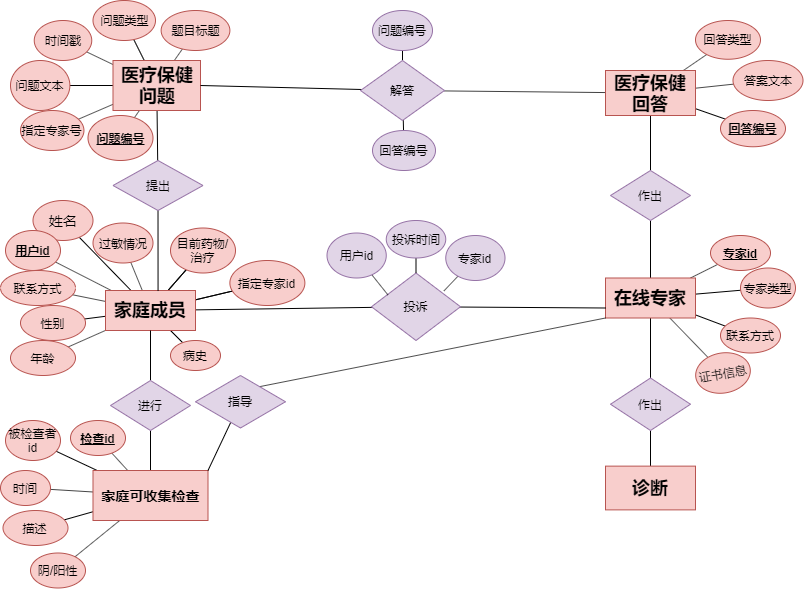
Above: Untitled Diagram.png in little-minjie/z (draw.io), before the change. Source tidied: cells renumbered, new cells last; positions are measured from the earlier drawing's top-left corner, leaving out a move shared by most shapes.
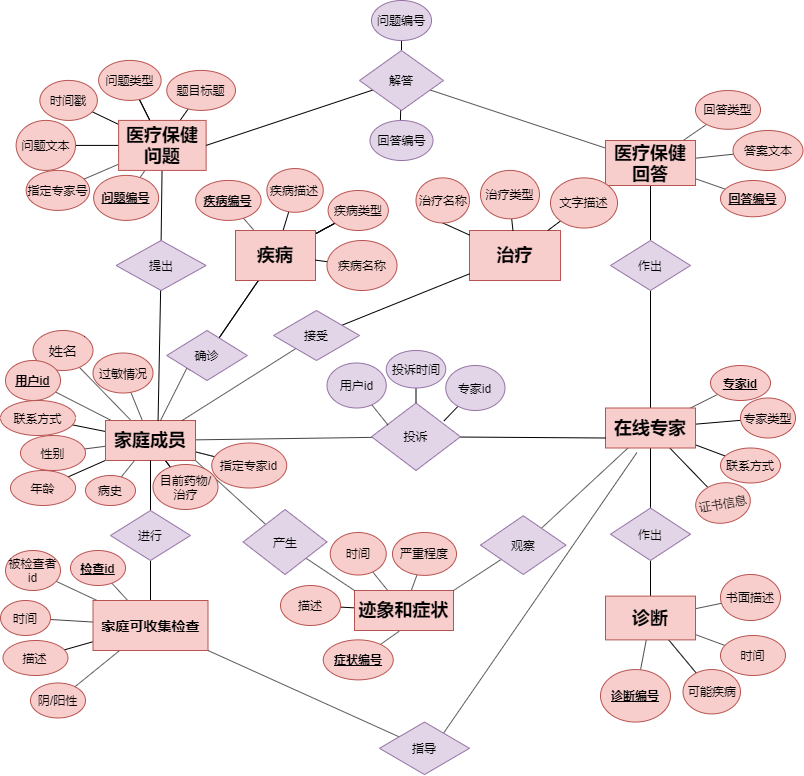
The same diagram one commit later.

Diff of the diagram source:
```diff
@@ -40,2 +40,5 @@
     </mxCell>
+    <mxCell id="97" style="edgeStyle=none;rounded=0;jettySize=auto;html=1;exitX=1;exitY=1;exitDx=0;exitDy=0;startArrow=none;startFill=0;endArrow=none;endFill=0;strokeColor=#000000;" parent="1" edge="1" source="14" target="115">
+      <mxGeometry relative="1" as="geometry" />
+    </mxCell>
     <mxCell id="14" value="&lt;h2&gt;家庭成员&lt;/h2&gt;" style="whiteSpace=wrap;html=1;align=center;fillColor=#f8cecc;strokeColor=#b85450;" parent="1" vertex="1">
@@ -53,9 +56,9 @@
     <mxCell id="18" value="&lt;p&gt;&lt;font style=&quot;font-size: 11.4286px&quot;&gt;病史&lt;/font&gt;&lt;/p&gt;" style="ellipse;whiteSpace=wrap;html=1;strokeColor=#b85450;fillColor=#f8cecc;" parent="1" vertex="1">
-      <mxGeometry x="170" y="340" width="50" height="30" as="geometry" />
+      <mxGeometry x="85" y="345" width="50" height="30" as="geometry" />
     </mxCell>
     <mxCell id="19" value="目前药物/治疗" style="ellipse;whiteSpace=wrap;html=1;strokeColor=#b85450;fillColor=#f8cecc;" parent="1" vertex="1">
-      <mxGeometry x="170" y="227.5" width="65" height="45" as="geometry" />
+      <mxGeometry x="152.5" y="334" width="65" height="45" as="geometry" />
     </mxCell>
     <mxCell id="20" value="指定专家id" style="ellipse;whiteSpace=wrap;html=1;strokeColor=#b85450;fillColor=#f8cecc;" parent="1" vertex="1">
-      <mxGeometry x="229.4" y="260" width="75" height="45" as="geometry" />
+      <mxGeometry x="211.2" y="312.5" width="75" height="45" as="geometry" />
     </mxCell>
@@ -82,2 +85,5 @@
     </mxCell>
+    <mxCell id="98" style="edgeStyle=none;rounded=0;jettySize=auto;html=1;exitX=0.25;exitY=1;exitDx=0;exitDy=0;startArrow=none;startFill=0;endArrow=none;endFill=0;strokeColor=#000000;" parent="1" edge="1" source="28" target="113">
+      <mxGeometry relative="1" as="geometry" />
+    </mxCell>
     <mxCell id="28" value="&lt;h2&gt;&lt;b&gt;在线专家&lt;/b&gt;&lt;/h2&gt;" style="whiteSpace=wrap;html=1;align=center;fillColor=#f8cecc;strokeColor=#b85450;" parent="1" vertex="1">
@@ -145,6 +151,6 @@
     </mxCell>
-    <mxCell id="49" style="endArrow=none;html=1;strokeColor=#000000;entryX=0;entryY=1;entryDx=0;entryDy=0;exitX=0.711;exitY=0.213;exitDx=0;exitDy=0;exitPerimeter=0;" parent="1" edge="1" source="51" target="28">
+    <mxCell id="49" style="endArrow=none;html=1;strokeColor=#000000;entryX=0.349;entryY=1.114;entryDx=0;entryDy=0;exitX=0.711;exitY=0.213;exitDx=0;exitDy=0;exitPerimeter=0;entryPerimeter=0;" parent="1" edge="1" source="51" target="28">
       <mxGeometry relative="1" as="geometry" />
     </mxCell>
-    <mxCell id="50" style="edgeStyle=none;rounded=0;jettySize=auto;html=1;entryX=1;entryY=0;entryDx=0;entryDy=0;startArrow=none;startFill=0;endArrow=none;endFill=0;strokeColor=#000000;" parent="1" edge="1" source="51" target="43">
+    <mxCell id="50" style="edgeStyle=none;rounded=0;jettySize=auto;html=1;entryX=1;entryY=1;entryDx=0;entryDy=0;startArrow=none;startFill=0;endArrow=none;endFill=0;strokeColor=#000000;" parent="1" edge="1" source="51" target="43">
       <mxGeometry relative="1" as="geometry" />
@@ -152,3 +158,3 @@
     <mxCell id="51" value="指导" style="shape=rhombus;perimeter=rhombusPerimeter;whiteSpace=wrap;html=1;align=center;fillColor=#e1d5e7;strokeColor=#9673a6;" parent="1" vertex="1">
-      <mxGeometry x="195" y="375" width="90" height="52.5" as="geometry" />
+      <mxGeometry x="379" y="591.6" width="90" height="52.5" as="geometry" />
     </mxCell>
@@ -157,3 +163,3 @@
     </mxCell>
-    <mxCell id="53" style="edgeStyle=none;rounded=0;jettySize=auto;html=1;startArrow=none;startFill=0;endArrow=none;endFill=0;strokeColor=#000000;" parent="1" edge="1" source="54" target="63">
+    <mxCell id="53" style="edgeStyle=none;rounded=0;jettySize=auto;html=1;startArrow=none;startFill=0;endArrow=none;endFill=0;strokeColor=#000000;exitX=0.5;exitY=0;exitDx=0;exitDy=0;" parent="1" edge="1" source="54" target="63">
       <mxGeometry relative="1" as="geometry" />
@@ -161,3 +167,3 @@
     <mxCell id="54" value="提出" style="shape=rhombus;perimeter=rhombusPerimeter;whiteSpace=wrap;html=1;align=center;fillColor=#e1d5e7;strokeColor=#9673a6;" parent="1" vertex="1">
-      <mxGeometry x="112.5" y="160" width="90" height="50" as="geometry" />
+      <mxGeometry x="115.6" y="110" width="90" height="50" as="geometry" />
     </mxCell>
@@ -188,21 +194,21 @@
     <mxCell id="63" value="&lt;h2&gt;医疗保健问题&lt;/h2&gt;" style="whiteSpace=wrap;html=1;strokeColor=#b85450;fillColor=#f8cecc;" parent="1" vertex="1">
-      <mxGeometry x="112.5" y="60" width="87.5" height="50" as="geometry" />
+      <mxGeometry x="118.1" y="-10.1" width="87.5" height="50" as="geometry" />
     </mxCell>
     <mxCell id="64" value="时间戳" style="ellipse;whiteSpace=wrap;html=1;strokeColor=#b85450;fillColor=#f8cecc;" parent="1" vertex="1">
-      <mxGeometry x="33.8" y="20" width="57.5" height="40" as="geometry" />
+      <mxGeometry x="39.4" y="-50.1" width="57.5" height="40" as="geometry" />
     </mxCell>
     <mxCell id="65" value="问题类型" style="ellipse;whiteSpace=wrap;html=1;strokeColor=#b85450;fillColor=#f8cecc;" parent="1" vertex="1">
-      <mxGeometry x="92.5" width="62.5" height="40" as="geometry" />
+      <mxGeometry x="98.1" y="-70.1" width="62.5" height="40" as="geometry" />
     </mxCell>
     <mxCell id="66" value="题目标题" style="ellipse;whiteSpace=wrap;html=1;strokeColor=#b85450;fillColor=#f8cecc;" parent="1" vertex="1">
-      <mxGeometry x="160.6" y="10" width="68.8" height="40" as="geometry" />
+      <mxGeometry x="166.2" y="-60.1" width="68.8" height="40" as="geometry" />
     </mxCell>
     <mxCell id="67" value="问题文本" style="ellipse;whiteSpace=wrap;html=1;strokeColor=#b85450;fillColor=#f8cecc;" parent="1" vertex="1">
-      <mxGeometry x="10" y="60" width="59.4" height="50" as="geometry" />
+      <mxGeometry x="15.6" y="-10.1" width="59.4" height="50" as="geometry" />
     </mxCell>
     <mxCell id="68" value="指定专家号" style="ellipse;whiteSpace=wrap;html=1;strokeColor=#b85450;fillColor=#f8cecc;" parent="1" vertex="1">
-      <mxGeometry x="20" y="110" width="63.4" height="40" as="geometry" />
+      <mxGeometry x="25.6" y="39.9" width="63.4" height="40" as="geometry" />
     </mxCell>
     <mxCell id="69" value="&lt;u&gt;&lt;b&gt;问题编号&lt;/b&gt;&lt;/u&gt;" style="ellipse;whiteSpace=wrap;html=1;strokeColor=#b85450;fillColor=#f8cecc;" parent="1" vertex="1">
-      <mxGeometry x="87.5" y="115" width="65" height="45" as="geometry" />
+      <mxGeometry x="93.1" y="44.9" width="65" height="45" as="geometry" />
     </mxCell>
@@ -212,3 +218,3 @@
     <mxCell id="71" value="作出" style="rhombus;whiteSpace=wrap;html=1;strokeColor=#9673a6;fillColor=#e1d5e7;" parent="1" vertex="1">
-      <mxGeometry x="610" y="170" width="80" height="50" as="geometry" />
+      <mxGeometry x="610" y="110" width="80" height="50" as="geometry" />
     </mxCell>
@@ -227,3 +233,3 @@
     <mxCell id="76" value="&lt;h2&gt;医疗保健回答&lt;/h2&gt;" style="whiteSpace=wrap;html=1;strokeColor=#b85450;fillColor=#f8cecc;" parent="1" vertex="1">
-      <mxGeometry x="605" y="70" width="90" height="45" as="geometry" />
+      <mxGeometry x="605" y="10" width="90" height="45" as="geometry" />
     </mxCell>
@@ -239,18 +245,18 @@
     <mxCell id="80" value="解答" style="rhombus;whiteSpace=wrap;html=1;strokeColor=#9673a6;fillColor=#e1d5e7;" parent="1" vertex="1">
-      <mxGeometry x="360" y="60" width="84" height="60" as="geometry" />
+      <mxGeometry x="359" y="-80" width="84" height="60" as="geometry" />
     </mxCell>
     <mxCell id="81" value="&lt;b&gt;&lt;u&gt;回答编号&lt;/u&gt;&lt;/b&gt;" style="ellipse;whiteSpace=wrap;html=1;strokeColor=#b85450;fillColor=#f8cecc;" parent="1" vertex="1">
-      <mxGeometry x="720" y="110" width="65" height="36.2" as="geometry" />
+      <mxGeometry x="720" y="50" width="65" height="36.2" as="geometry" />
     </mxCell>
     <mxCell id="82" value="回答类型" style="ellipse;whiteSpace=wrap;html=1;strokeColor=#b85450;fillColor=#f8cecc;" parent="1" vertex="1">
-      <mxGeometry x="695" y="20" width="65" height="38.8" as="geometry" />
+      <mxGeometry x="695" y="-40" width="65" height="38.8" as="geometry" />
     </mxCell>
     <mxCell id="83" value="答案文本" style="ellipse;whiteSpace=wrap;html=1;strokeColor=#b85450;fillColor=#f8cecc;" parent="1" vertex="1">
-      <mxGeometry x="732.5" y="60" width="70" height="40" as="geometry" />
+      <mxGeometry x="732.5" width="70" height="40" as="geometry" />
     </mxCell>
     <mxCell id="84" value="问题编号" style="ellipse;whiteSpace=wrap;html=1;strokeColor=#9673a6;fillColor=#e1d5e7;" parent="1" vertex="1">
-      <mxGeometry x="372" y="10" width="60" height="40" as="geometry" />
+      <mxGeometry x="371" y="-130" width="60" height="40" as="geometry" />
     </mxCell>
     <mxCell id="85" value="回答编号" style="ellipse;whiteSpace=wrap;html=1;strokeColor=#9673a6;fillColor=#e1d5e7;" parent="1" vertex="1">
-      <mxGeometry x="372" y="130" width="63" height="40" as="geometry" />
+      <mxGeometry x="369.5" y="-10" width="63" height="40" as="geometry" />
     </mxCell>
@@ -286,2 +292,17 @@
     </mxCell>
+    <mxCell id="99" style="edgeStyle=none;rounded=0;jettySize=auto;html=1;startArrow=none;startFill=0;endArrow=none;endFill=0;strokeColor=#000000;" parent="1" edge="1" source="96" target="104">
+      <mxGeometry relative="1" as="geometry" />
+    </mxCell>
+    <mxCell id="100" style="edgeStyle=none;rounded=0;jettySize=auto;html=1;startArrow=none;startFill=0;endArrow=none;endFill=0;strokeColor=#000000;" parent="1" edge="1" source="96" target="105">
+      <mxGeometry relative="1" as="geometry" />
+    </mxCell>
+    <mxCell id="101" style="edgeStyle=none;rounded=0;jettySize=auto;html=1;startArrow=none;startFill=0;endArrow=none;endFill=0;strokeColor=#000000;" parent="1" edge="1" source="96" target="106">
+      <mxGeometry relative="1" as="geometry" />
+    </mxCell>
+    <mxCell id="102" style="edgeStyle=none;rounded=0;jettySize=auto;html=1;startArrow=none;startFill=0;endArrow=none;endFill=0;strokeColor=#000000;" parent="1" edge="1" source="96" target="106">
+      <mxGeometry relative="1" as="geometry" />
+    </mxCell>
+    <mxCell id="103" style="edgeStyle=none;rounded=0;jettySize=auto;html=1;startArrow=none;startFill=0;endArrow=none;endFill=0;strokeColor=#000000;" parent="1" edge="1" source="96" target="107">
+      <mxGeometry relative="1" as="geometry" />
+    </mxCell>
     <mxCell id="96" value="&lt;h2&gt;诊断&lt;/h2&gt;" style="whiteSpace=wrap;html=1;strokeColor=#b85450;fillColor=#f8cecc;" parent="1" vertex="1">
@@ -289,2 +310,133 @@
     </mxCell>
+    <mxCell id="104" value="书面描述" style="ellipse;whiteSpace=wrap;html=1;strokeColor=#b85450;fillColor=#f8cecc;" parent="1" vertex="1">
+      <mxGeometry x="720" y="444" width="60" height="46" as="geometry" />
+    </mxCell>
+    <mxCell id="105" value="时间" style="ellipse;whiteSpace=wrap;html=1;strokeColor=#b85450;fillColor=#f8cecc;" parent="1" vertex="1">
+      <mxGeometry x="720" y="505" width="65" height="40" as="geometry" />
+    </mxCell>
+    <mxCell id="106" value="可能疾病" style="ellipse;whiteSpace=wrap;html=1;strokeColor=#b85450;fillColor=#f8cecc;" parent="1" vertex="1">
+      <mxGeometry x="682.5" y="539.1" width="57.5" height="44.4" as="geometry" />
+    </mxCell>
+    <mxCell id="107" value="&lt;u&gt;&lt;b&gt;诊断编号&lt;/b&gt;&lt;/u&gt;" style="ellipse;whiteSpace=wrap;html=1;strokeColor=#b85450;fillColor=#f8cecc;" parent="1" vertex="1">
+      <mxGeometry x="600" y="539.1" width="70" height="52.5" as="geometry" />
+    </mxCell>
+    <mxCell id="108" style="edgeStyle=none;rounded=0;jettySize=auto;html=1;startArrow=none;startFill=0;endArrow=none;endFill=0;strokeColor=#000000;" parent="1" edge="1" source="111" target="116">
+      <mxGeometry relative="1" as="geometry" />
+    </mxCell>
+    <mxCell id="109" style="edgeStyle=none;rounded=0;jettySize=auto;html=1;startArrow=none;startFill=0;endArrow=none;endFill=0;strokeColor=#000000;" parent="1" edge="1" source="111" target="117">
+      <mxGeometry relative="1" as="geometry" />
+    </mxCell>
+    <mxCell id="110" style="edgeStyle=none;rounded=0;jettySize=auto;html=1;startArrow=none;startFill=0;endArrow=none;endFill=0;strokeColor=#000000;" parent="1" edge="1" source="111" target="118">
+      <mxGeometry relative="1" as="geometry" />
+    </mxCell>
+    <mxCell id="111" value="&lt;h2&gt;迹象和症状&lt;/h2&gt;" style="rounded=0;whiteSpace=wrap;html=1;fillColor=#f8cecc;strokeColor=#b85450;" parent="1" vertex="1">
+      <mxGeometry x="354" y="460" width="99" height="40" as="geometry" />
+    </mxCell>
+    <mxCell id="112" style="edgeStyle=none;rounded=0;jettySize=auto;html=1;entryX=1;entryY=0;entryDx=0;entryDy=0;startArrow=none;startFill=0;endArrow=none;endFill=0;strokeColor=#000000;" parent="1" edge="1" source="113" target="111">
+      <mxGeometry relative="1" as="geometry" />
+    </mxCell>
+    <mxCell id="113" value="观察" style="rhombus;whiteSpace=wrap;html=1;fillColor=#e1d5e7;strokeColor=#9673a6;" parent="1" vertex="1">
+      <mxGeometry x="480" y="385.2" width="85.5" height="58.8" as="geometry" />
+    </mxCell>
+    <mxCell id="114" style="edgeStyle=none;rounded=0;jettySize=auto;html=1;exitX=1;exitY=1;exitDx=0;exitDy=0;entryX=0;entryY=0;entryDx=0;entryDy=0;startArrow=none;startFill=0;endArrow=none;endFill=0;strokeColor=#000000;" parent="1" edge="1" source="115" target="111">
+      <mxGeometry relative="1" as="geometry" />
+    </mxCell>
+    <mxCell id="115" value="产生" style="rhombus;whiteSpace=wrap;html=1;fillColor=#e1d5e7;strokeColor=#9673a6;" parent="1" vertex="1">
+      <mxGeometry x="242.6" y="379" width="83.9" height="65" as="geometry" />
+    </mxCell>
+    <mxCell id="116" value="时间" style="ellipse;whiteSpace=wrap;html=1;rounded=0;strokeColor=#b85450;fillColor=#f8cecc;" parent="1" vertex="1">
+      <mxGeometry x="329.8" y="402" width="56" height="42.5" as="geometry" />
+    </mxCell>
+    <mxCell id="117" value="严重程度" style="ellipse;whiteSpace=wrap;html=1;rounded=0;strokeColor=#b85450;fillColor=#f8cecc;" parent="1" vertex="1">
+      <mxGeometry x="392" y="402" width="64" height="42.9" as="geometry" />
+    </mxCell>
+    <mxCell id="118" value="描述" style="ellipse;whiteSpace=wrap;html=1;rounded=0;strokeColor=#b85450;fillColor=#f8cecc;" parent="1" vertex="1">
+      <mxGeometry x="280" y="455" width="60" height="40" as="geometry" />
+    </mxCell>
+    <mxCell id="119" style="edgeStyle=none;rounded=0;jettySize=auto;html=1;entryX=0.451;entryY=1.018;entryDx=0;entryDy=0;entryPerimeter=0;startArrow=none;startFill=0;endArrow=none;endFill=0;strokeColor=#000000;" parent="1" edge="1" source="120" target="111">
+      <mxGeometry relative="1" as="geometry" />
+    </mxCell>
+    <mxCell id="120" value="&lt;u&gt;&lt;b&gt;症状编号&lt;/b&gt;&lt;/u&gt;" style="ellipse;whiteSpace=wrap;html=1;fillColor=#f8cecc;strokeColor=#b85450;" parent="1" vertex="1">
+      <mxGeometry x="322.8" y="509.4" width="70" height="40" as="geometry" />
+    </mxCell>
+    <mxCell id="121" style="edgeStyle=none;rounded=0;jettySize=auto;html=1;startArrow=none;startFill=0;endArrow=none;endFill=0;strokeColor=#000000;" parent="1" edge="1" source="128" target="131">
+      <mxGeometry relative="1" as="geometry" />
+    </mxCell>
+    <mxCell id="122" style="edgeStyle=none;rounded=0;jettySize=auto;html=1;startArrow=none;startFill=0;endArrow=none;endFill=0;strokeColor=#000000;" parent="1" edge="1" source="128" target="132">
+      <mxGeometry relative="1" as="geometry" />
+    </mxCell>
+    <mxCell id="123" style="edgeStyle=none;rounded=0;jettySize=auto;html=1;startArrow=none;startFill=0;endArrow=none;endFill=0;strokeColor=#000000;" parent="1" edge="1" source="128" target="133">
+      <mxGeometry relative="1" as="geometry" />
+    </mxCell>
+    <mxCell id="124" style="edgeStyle=none;rounded=0;jettySize=auto;html=1;startArrow=none;startFill=0;endArrow=none;endFill=0;strokeColor=#000000;" parent="1" edge="1" source="128" target="134">
+      <mxGeometry relative="1" as="geometry" />
+    </mxCell>
+    <mxCell id="125" style="edgeStyle=none;rounded=0;jettySize=auto;html=1;startArrow=none;startFill=0;endArrow=none;endFill=0;strokeColor=#000000;" parent="1" edge="1" source="128" target="134">
+      <mxGeometry relative="1" as="geometry" />
+    </mxCell>
+    <mxCell id="126" style="edgeStyle=none;rounded=0;jettySize=auto;html=1;startArrow=none;startFill=0;endArrow=none;endFill=0;strokeColor=#000000;" parent="1" edge="1" source="128" target="134">
+      <mxGeometry relative="1" as="geometry" />
+    </mxCell>
+    <mxCell id="127" style="edgeStyle=none;rounded=0;jettySize=auto;html=1;startArrow=none;startFill=0;endArrow=none;endFill=0;strokeColor=#000000;" parent="1" edge="1" source="128" target="131">
+      <mxGeometry relative="1" as="geometry" />
+    </mxCell>
+    <mxCell id="128" value="&lt;h2&gt;疾病&lt;/h2&gt;" style="rounded=0;whiteSpace=wrap;html=1;fillColor=#f8cecc;strokeColor=#b85450;" parent="1" vertex="1">
+      <mxGeometry x="235" y="100" width="80" height="50" as="geometry" />
+    </mxCell>
+    <mxCell id="129" style="edgeStyle=none;rounded=0;jettySize=auto;html=1;exitX=0;exitY=1;exitDx=0;exitDy=0;startArrow=none;startFill=0;endArrow=none;endFill=0;strokeColor=#000000;" parent="1" edge="1" source="131" target="14">
+      <mxGeometry relative="1" as="geometry" />
+    </mxCell>
+    <mxCell id="130" style="edgeStyle=none;rounded=0;jettySize=auto;html=1;exitX=0;exitY=1;exitDx=0;exitDy=0;startArrow=none;startFill=0;endArrow=none;endFill=0;strokeColor=#000000;" parent="1" edge="1" source="131">
+      <mxGeometry relative="1" as="geometry">
+        <mxPoint x="190" y="240" as="targetPoint" />
+      </mxGeometry>
+    </mxCell>
+    <mxCell id="131" value="确诊" style="rhombus;whiteSpace=wrap;html=1;fillColor=#e1d5e7;strokeColor=#9673a6;" parent="1" vertex="1">
+      <mxGeometry x="166.2" y="200" width="80.6" height="50" as="geometry" />
+    </mxCell>
+    <mxCell id="132" value="&lt;u&gt;&lt;b&gt;疾病编号&lt;/b&gt;&lt;/u&gt;" style="ellipse;whiteSpace=wrap;html=1;rounded=0;strokeColor=#b85450;fillColor=#f8cecc;" parent="1" vertex="1">
+      <mxGeometry x="195.2" y="49.9" width="65.4" height="40" as="geometry" />
+    </mxCell>
+    <mxCell id="133" value="疾病描述" style="ellipse;whiteSpace=wrap;html=1;rounded=0;strokeColor=#b85450;fillColor=#f8cecc;" parent="1" vertex="1">
+      <mxGeometry x="266.4" y="38" width="56.4" height="43.8" as="geometry" />
+    </mxCell>
+    <mxCell id="134" value="疾病类型" style="ellipse;whiteSpace=wrap;html=1;rounded=0;strokeColor=#b85450;fillColor=#f8cecc;" parent="1" vertex="1">
+      <mxGeometry x="327.6" y="60" width="60.2" height="40" as="geometry" />
+    </mxCell>
+    <mxCell id="135" style="edgeStyle=none;rounded=0;jettySize=auto;html=1;startArrow=none;startFill=0;endArrow=none;endFill=0;strokeColor=#000000;" parent="1" edge="1" source="136" target="128">
+      <mxGeometry relative="1" as="geometry" />
+    </mxCell>
+    <mxCell id="136" value="疾病名称" style="ellipse;whiteSpace=wrap;html=1;fillColor=#f8cecc;strokeColor=#b85450;" parent="1" vertex="1">
+      <mxGeometry x="326.5" y="110" width="70" height="50" as="geometry" />
+    </mxCell>
+    <mxCell id="137" value="&lt;h2&gt;治疗&lt;/h2&gt;" style="rounded=0;whiteSpace=wrap;html=1;fillColor=#f8cecc;strokeColor=#b85450;" parent="1" vertex="1">
+      <mxGeometry x="469" y="100" width="91" height="50" as="geometry" />
+    </mxCell>
+    <mxCell id="138" style="edgeStyle=none;rounded=0;jettySize=auto;html=1;exitX=0.5;exitY=1;exitDx=0;exitDy=0;startArrow=none;startFill=0;endArrow=none;endFill=0;strokeColor=#000000;" parent="1" edge="1" source="139" target="137">
+      <mxGeometry relative="1" as="geometry" />
+    </mxCell>
+    <mxCell id="139" value="治疗名称" style="ellipse;whiteSpace=wrap;html=1;fillColor=#f8cecc;strokeColor=#b85450;" parent="1" vertex="1">
+      <mxGeometry x="415.5" y="47.4" width="53.5" height="45.1" as="geometry" />
+    </mxCell>
+    <mxCell id="140" style="edgeStyle=none;rounded=0;jettySize=auto;html=1;startArrow=none;startFill=0;endArrow=none;endFill=0;strokeColor=#000000;" parent="1" edge="1" source="141" target="137">
+      <mxGeometry relative="1" as="geometry" />
+    </mxCell>
+    <mxCell id="141" value="治疗类型" style="ellipse;whiteSpace=wrap;html=1;fillColor=#f8cecc;strokeColor=#b85450;" parent="1" vertex="1">
+      <mxGeometry x="480" y="39.9" width="59" height="48.4" as="geometry" />
+    </mxCell>
+    <mxCell id="142" style="edgeStyle=none;rounded=0;jettySize=auto;html=1;startArrow=none;startFill=0;endArrow=none;endFill=0;strokeColor=#000000;" parent="1" edge="1" source="143" target="137">
+      <mxGeometry relative="1" as="geometry" />
+    </mxCell>
+    <mxCell id="143" value="文字描述" style="ellipse;whiteSpace=wrap;html=1;fillColor=#f8cecc;strokeColor=#b85450;" parent="1" vertex="1">
+      <mxGeometry x="550" y="47.4" width="67" height="50.2" as="geometry" />
+    </mxCell>
+    <mxCell id="144" style="edgeStyle=none;rounded=0;jettySize=auto;html=1;startArrow=none;startFill=0;endArrow=none;endFill=0;strokeColor=#000000;" parent="1" edge="1" source="146" target="137">
+      <mxGeometry relative="1" as="geometry" />
+    </mxCell>
+    <mxCell id="145" style="edgeStyle=none;rounded=0;jettySize=auto;html=1;startArrow=none;startFill=0;endArrow=none;endFill=0;strokeColor=#000000;" parent="1" edge="1" source="146" target="14">
+      <mxGeometry relative="1" as="geometry" />
+    </mxCell>
+    <mxCell id="146" value="接受" style="rhombus;whiteSpace=wrap;html=1;fillColor=#e1d5e7;strokeColor=#9673a6;" parent="1" vertex="1">
+      <mxGeometry x="273" y="180" width="86" height="50" as="geometry" />
+    </mxCell>
   </root>
```
